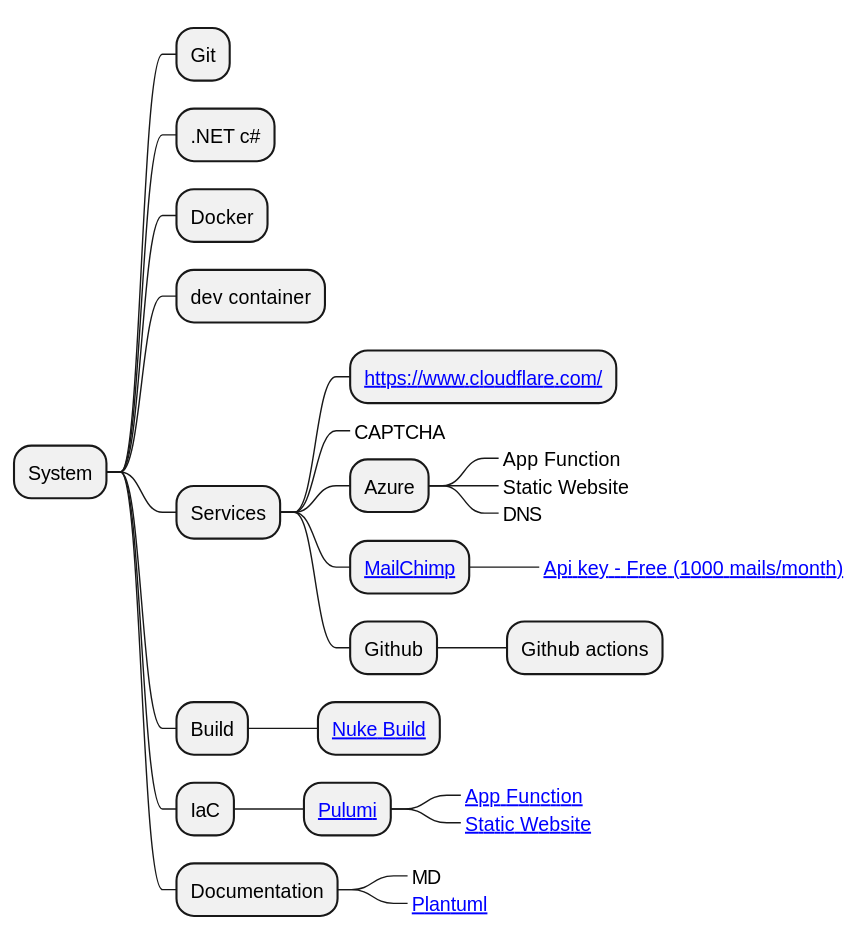
This is Documentation/System overview.svg from sukkergris/job-application, a PlantUML export, as it was before one commit.
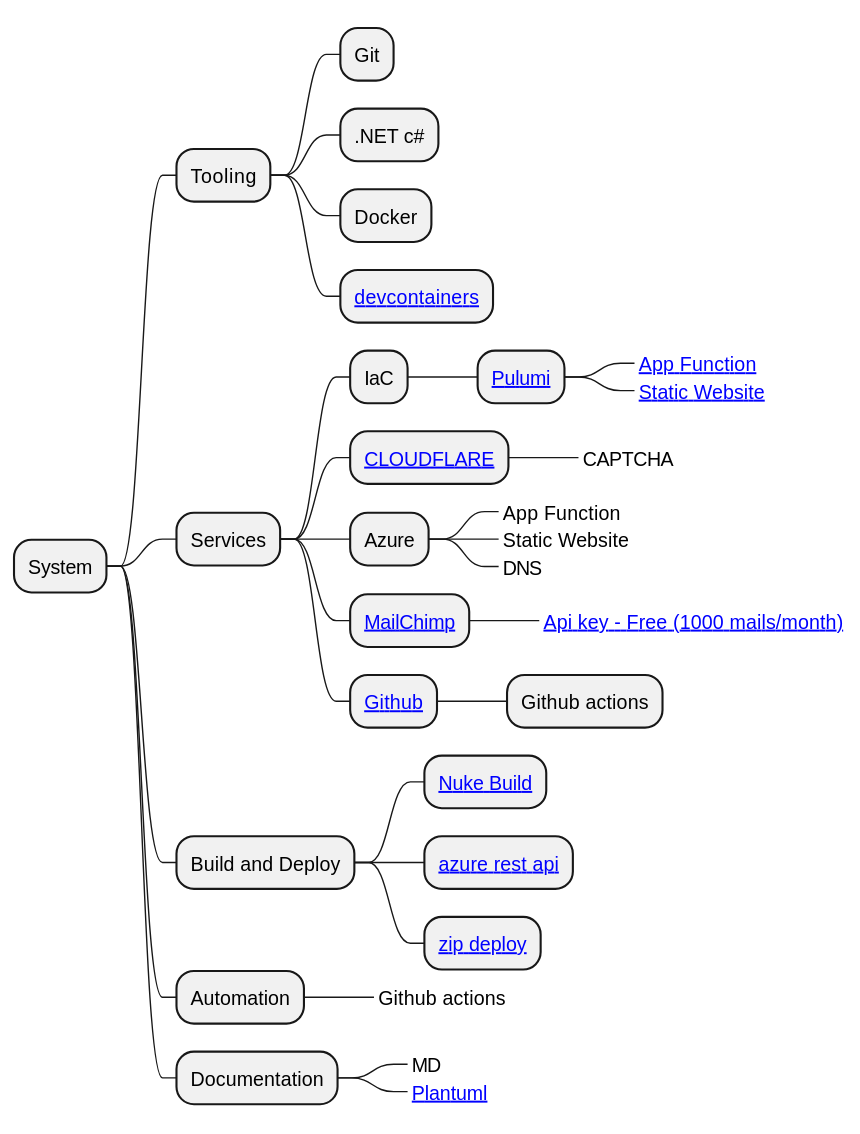
Later version of the same file.

Change to the diagram source:
```diff
@@ -1,26 +1,31 @@
 @startmindmap "System overview"
 * System
-** Git
-** .NET c#
-** Docker
-** dev container
+** Tooling
+*** Git
+*** .NET c#
+*** Docker
+*** [[https://code.visualstudio.com/docs/devcontainers/containers devcontainers]]
 ** Services
-*** [[CLOUDFLARE https://www.cloudflare.com/]]
-***_ CAPTCHA
+*** IaC
+**** [[https://www.pulumi.com/ Pulumi]]
+*****_ [[https://www.pulumi.com/registry/packages/azure/api-docs/appservice/functionapp/ App Function]]
+*****_ [[https://www.pulumi.com/templates/static-website/azure/ Static Website]]
+*** [[https://www.cloudflare.com CLOUDFLARE]]
+****_ CAPTCHA
 *** Azure
 ****_ App Function
 ****_ Static Website
 ****_ DNS
 *** [[https://mailchimp.com MailChimp]]
 ****_ [[https://us8.admin.mailchimp.com/account/client-key/ Api key - Free (1000 mails/month)]]
-*** Github
+*** [[https://github.com/ Github]]
 **** Github actions
-** Build
+** Build and Deploy
 *** [[https://nuke.build/ Nuke Build]]
-** IaC
-*** [[https://www.pulumi.com/ Pulumi]]
-****_ [[https://www.pulumi.com/registry/packages/azure/api-docs/appservice/functionapp/ App Function]]
-****_ [[https://www.pulumi.com/templates/static-website/azure/ Static Website]]
+*** [[https://learn.microsoft.com/en-us/rest/api/azure/ azure rest api]]
+*** [[https://learn.microsoft.com/en-us/azure/azure-functions/deployment-zip-push zip deploy]]
+** Automation
+***_ Github actions
 
 ** Documentation
 ***_ MD
```
